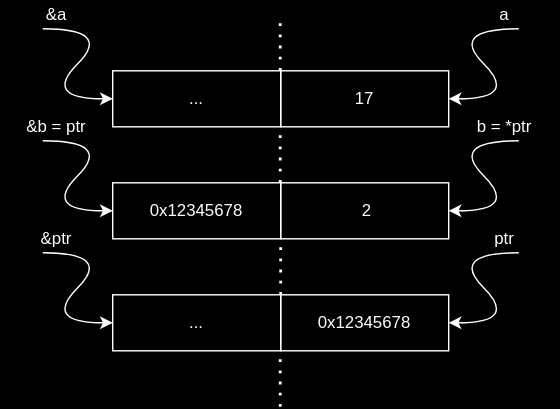
Earlier version of the draw.io export sections/part2/images/pointeur4.svg (BastienGarnier/CoursMinitel). Source tidied: cells renumbered, new cells last; positions are measured from the earlier drawing's top-left corner, leaving out a move shared by most shapes. Source of this version:
```xml
<mxGraphModel>
  <root>
    <mxCell id="0" />
    <mxCell id="1" parent="0" />
    <mxCell id="2" value="&amp;nbsp;2" style="rounded=0;whiteSpace=wrap;html=1;" parent="1" vertex="1">
      <mxGeometry x="200" y="130" width="120" height="40" as="geometry" />
    </mxCell>
    <mxCell id="3" value="0x12345678" style="rounded=0;whiteSpace=wrap;html=1;" parent="1" vertex="1">
      <mxGeometry x="200" y="210" width="120" height="40" as="geometry" />
    </mxCell>
    <mxCell id="4" style="endArrow=none;dashed=1;html=1;dashPattern=1 3;strokeWidth=2;rounded=0;entryX=0.5;entryY=1;entryDx=0;entryDy=0;exitX=0;exitY=0;exitDx=0;exitDy=0;" parent="1" edge="1" source="3">
      <mxGeometry relative="1" as="geometry">
        <mxPoint x="200" y="170" as="targetPoint" />
      </mxGeometry>
    </mxCell>
    <mxCell id="5" style="endArrow=none;dashed=1;html=1;dashPattern=1 3;strokeWidth=2;rounded=0;entryX=0.5;entryY=1;entryDx=0;entryDy=0;exitX=0.5;exitY=0;exitDx=0;exitDy=0;" parent="1" edge="1">
      <mxGeometry relative="1" as="geometry">
        <mxPoint x="199.7" y="130" as="sourcePoint" />
        <mxPoint x="199.7" y="90" as="targetPoint" />
      </mxGeometry>
    </mxCell>
    <mxCell id="6" style="endArrow=none;dashed=1;html=1;dashPattern=1 3;strokeWidth=2;rounded=0;entryX=0.5;entryY=1;entryDx=0;entryDy=0;exitX=0.5;exitY=0;exitDx=0;exitDy=0;" parent="1" edge="1">
      <mxGeometry relative="1" as="geometry">
        <mxPoint x="199.7" y="290" as="sourcePoint" />
        <mxPoint x="199.7" y="250" as="targetPoint" />
      </mxGeometry>
    </mxCell>
    <mxCell id="7" value="0x12345678" style="rounded=0;whiteSpace=wrap;html=1;" parent="1" vertex="1">
      <mxGeometry x="80" y="130" width="120" height="40" as="geometry" />
    </mxCell>
    <mxCell id="8" value="..." style="rounded=0;whiteSpace=wrap;html=1;" parent="1" vertex="1">
      <mxGeometry x="80" y="210" width="120" height="40" as="geometry" />
    </mxCell>
    <mxCell id="9" style="curved=1;endArrow=classic;html=1;rounded=0;" parent="1" edge="1">
      <mxGeometry relative="1" as="geometry">
        <mxPoint x="370" y="180" as="sourcePoint" />
        <mxPoint x="320" y="230" as="targetPoint" />
        <Array as="points">
          <mxPoint x="320" y="180" />
          <mxPoint x="370" y="230" />
        </Array>
      </mxGeometry>
    </mxCell>
    <mxCell id="10" style="curved=1;endArrow=classic;html=1;rounded=0;" parent="1" edge="1">
      <mxGeometry relative="1" as="geometry">
        <mxPoint x="370" y="100" as="sourcePoint" />
        <mxPoint x="320" y="150" as="targetPoint" />
        <Array as="points">
          <mxPoint x="320" y="100" />
          <mxPoint x="370" y="150" />
        </Array>
      </mxGeometry>
    </mxCell>
    <mxCell id="11" value="b = *ptr" style="text;html=1;align=center;verticalAlign=middle;whiteSpace=wrap;rounded=0;" parent="1" vertex="1">
      <mxGeometry x="320" y="80" width="80" height="20" as="geometry" />
    </mxCell>
    <mxCell id="12" value="ptr" style="text;html=1;align=center;verticalAlign=middle;whiteSpace=wrap;rounded=0;" parent="1" vertex="1">
      <mxGeometry x="320" y="160" width="80" height="20" as="geometry" />
    </mxCell>
    <mxCell id="13" value="17" style="rounded=0;whiteSpace=wrap;html=1;" parent="1" vertex="1">
      <mxGeometry x="200" y="50" width="120" height="40" as="geometry" />
    </mxCell>
    <mxCell id="14" style="endArrow=none;dashed=1;html=1;dashPattern=1 3;strokeWidth=2;rounded=0;entryX=0.5;entryY=1;entryDx=0;entryDy=0;exitX=0.5;exitY=0;exitDx=0;exitDy=0;" parent="1" edge="1">
      <mxGeometry relative="1" as="geometry">
        <mxPoint x="199.7" y="50" as="sourcePoint" />
        <mxPoint x="199.7" y="10" as="targetPoint" />
      </mxGeometry>
    </mxCell>
    <mxCell id="15" value="..." style="rounded=0;whiteSpace=wrap;html=1;" parent="1" vertex="1">
      <mxGeometry x="80" y="50" width="120" height="40" as="geometry" />
    </mxCell>
    <mxCell id="16" style="curved=1;endArrow=classic;html=1;rounded=0;" parent="1" edge="1">
      <mxGeometry relative="1" as="geometry">
        <mxPoint x="370" y="20" as="sourcePoint" />
        <mxPoint x="320" y="70" as="targetPoint" />
        <Array as="points">
          <mxPoint x="320" y="20" />
          <mxPoint x="370" y="70" />
        </Array>
      </mxGeometry>
    </mxCell>
    <mxCell id="17" value="a" style="text;html=1;align=center;verticalAlign=middle;whiteSpace=wrap;rounded=0;" parent="1" vertex="1">
      <mxGeometry x="320" width="80" height="20" as="geometry" />
    </mxCell>
    <mxCell id="18" style="curved=1;endArrow=classic;html=1;rounded=0;entryX=0;entryY=0.5;entryDx=0;entryDy=0;" parent="1" edge="1" target="15">
      <mxGeometry relative="1" as="geometry">
        <mxPoint x="30" y="20" as="sourcePoint" />
        <Array as="points">
          <mxPoint x="80" y="20" />
          <mxPoint x="30" y="70" />
        </Array>
      </mxGeometry>
    </mxCell>
    <mxCell id="19" value="&amp;amp;a" style="text;html=1;align=center;verticalAlign=middle;whiteSpace=wrap;rounded=0;" parent="1" vertex="1">
      <mxGeometry width="80" height="20" as="geometry" />
    </mxCell>
    <mxCell id="20" style="curved=1;endArrow=classic;html=1;rounded=0;entryX=0;entryY=0.5;entryDx=0;entryDy=0;" parent="1" edge="1">
      <mxGeometry relative="1" as="geometry">
        <mxPoint x="30" y="100" as="sourcePoint" />
        <mxPoint x="80" y="150" as="targetPoint" />
        <Array as="points">
          <mxPoint x="80" y="100" />
          <mxPoint x="30" y="150" />
        </Array>
      </mxGeometry>
    </mxCell>
    <mxCell id="21" value="&amp;amp;b = ptr" style="text;html=1;align=center;verticalAlign=middle;whiteSpace=wrap;rounded=0;" parent="1" vertex="1">
      <mxGeometry y="80" width="80" height="20" as="geometry" />
    </mxCell>
    <mxCell id="22" style="curved=1;endArrow=classic;html=1;rounded=0;entryX=0;entryY=0.5;entryDx=0;entryDy=0;" parent="1" edge="1">
      <mxGeometry relative="1" as="geometry">
        <mxPoint x="30" y="180" as="sourcePoint" />
        <mxPoint x="80" y="230" as="targetPoint" />
        <Array as="points">
          <mxPoint x="80" y="180" />
          <mxPoint x="30" y="230" />
        </Array>
      </mxGeometry>
    </mxCell>
    <mxCell id="23" value="&amp;amp;ptr" style="text;html=1;align=center;verticalAlign=middle;whiteSpace=wrap;rounded=0;" parent="1" vertex="1">
      <mxGeometry y="160" width="80" height="20" as="geometry" />
    </mxCell>
  </root>
</mxGraphModel>
```
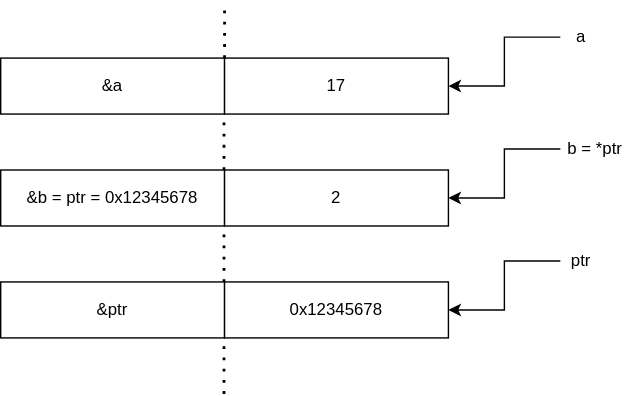
The same file after the commit.

Change to the diagram source:
```diff
@@ -2,123 +2,64 @@
   <root>
     <mxCell id="0" />
     <mxCell id="1" parent="0" />
+    <mxCell id="19" value="&amp;amp;a" style="rounded=0;whiteSpace=wrap;html=1;" parent="1" vertex="1">
+      <mxGeometry x="40" y="90" width="160" height="40" as="geometry" />
+    </mxCell>
+    <mxCell id="13" value="17" style="rounded=0;whiteSpace=wrap;html=1;" parent="1" vertex="1">
+      <mxGeometry x="200" y="90" width="160" height="40" as="geometry" />
+    </mxCell>
+    <mxCell id="24" style="endArrow=none;dashed=1;html=1;dashPattern=1 3;strokeWidth=2;rounded=0;exitX=0;exitY=0;exitDx=0;exitDy=0;" parent="1" edge="1" source="13">
+      <mxGeometry relative="1" as="geometry">
+        <mxPoint x="200" y="50" as="targetPoint" />
+      </mxGeometry>
+    </mxCell>
+    <mxCell id="25" style="endArrow=none;dashed=1;html=1;dashPattern=1 3;strokeWidth=2;rounded=0;exitX=0;exitY=0;exitDx=0;exitDy=0;" parent="1" edge="1">
+      <mxGeometry relative="1" as="geometry">
+        <mxPoint x="199.6" y="170" as="sourcePoint" />
+        <mxPoint x="199.6" y="130" as="targetPoint" />
+      </mxGeometry>
+    </mxCell>
+    <mxCell id="26" value="&amp;amp;b = ptr = 0x12345678" style="rounded=0;whiteSpace=wrap;html=1;" parent="1" vertex="1">
+      <mxGeometry x="40" y="170" width="160" height="40" as="geometry" />
+    </mxCell>
-    <mxCell id="2" value="&amp;nbsp;2" style="rounded=0;whiteSpace=wrap;html=1;" parent="1" vertex="1">
-      <mxGeometry x="200" y="130" width="120" height="40" as="geometry" />
+    <mxCell id="2" value="2" style="rounded=0;whiteSpace=wrap;html=1;" parent="1" vertex="1">
+      <mxGeometry x="200" y="170" width="160" height="40" as="geometry" />
     </mxCell>
-    <mxCell id="3" value="0x12345678" style="rounded=0;whiteSpace=wrap;html=1;" parent="1" vertex="1">
-      <mxGeometry x="200" y="210" width="120" height="40" as="geometry" />
-    </mxCell>
-    <mxCell id="4" style="endArrow=none;dashed=1;html=1;dashPattern=1 3;strokeWidth=2;rounded=0;entryX=0.5;entryY=1;entryDx=0;entryDy=0;exitX=0;exitY=0;exitDx=0;exitDy=0;" parent="1" edge="1" source="3">
-      <mxGeometry relative="1" as="geometry">
-        <mxPoint x="200" y="170" as="targetPoint" />
-      </mxGeometry>
-    </mxCell>
-    <mxCell id="5" style="endArrow=none;dashed=1;html=1;dashPattern=1 3;strokeWidth=2;rounded=0;entryX=0.5;entryY=1;entryDx=0;entryDy=0;exitX=0.5;exitY=0;exitDx=0;exitDy=0;" parent="1" edge="1">
-      <mxGeometry relative="1" as="geometry">
-        <mxPoint x="199.7" y="130" as="sourcePoint" />
-        <mxPoint x="199.7" y="90" as="targetPoint" />
-      </mxGeometry>
-    </mxCell>
-    <mxCell id="6" style="endArrow=none;dashed=1;html=1;dashPattern=1 3;strokeWidth=2;rounded=0;entryX=0.5;entryY=1;entryDx=0;entryDy=0;exitX=0.5;exitY=0;exitDx=0;exitDy=0;" parent="1" edge="1">
-      <mxGeometry relative="1" as="geometry">
-        <mxPoint x="199.7" y="290" as="sourcePoint" />
-        <mxPoint x="199.7" y="250" as="targetPoint" />
-      </mxGeometry>
-    </mxCell>
-    <mxCell id="7" value="0x12345678" style="rounded=0;whiteSpace=wrap;html=1;" parent="1" vertex="1">
-      <mxGeometry x="80" y="130" width="120" height="40" as="geometry" />
-    </mxCell>
-    <mxCell id="8" value="..." style="rounded=0;whiteSpace=wrap;html=1;" parent="1" vertex="1">
-      <mxGeometry x="80" y="210" width="120" height="40" as="geometry" />
-    </mxCell>
-    <mxCell id="9" style="curved=1;endArrow=classic;html=1;rounded=0;" parent="1" edge="1">
-      <mxGeometry relative="1" as="geometry">
-        <mxPoint x="370" y="180" as="sourcePoint" />
-        <mxPoint x="320" y="230" as="targetPoint" />
-        <Array as="points">
-          <mxPoint x="320" y="180" />
-          <mxPoint x="370" y="230" />
-        </Array>
-      </mxGeometry>
-    </mxCell>
-    <mxCell id="10" style="curved=1;endArrow=classic;html=1;rounded=0;" parent="1" edge="1">
-      <mxGeometry relative="1" as="geometry">
-        <mxPoint x="370" y="100" as="sourcePoint" />
-        <mxPoint x="320" y="150" as="targetPoint" />
-        <Array as="points">
-          <mxPoint x="320" y="100" />
-          <mxPoint x="370" y="150" />
-        </Array>
-      </mxGeometry>
-    </mxCell>
+    <mxCell id="27" style="endArrow=none;dashed=1;html=1;dashPattern=1 3;strokeWidth=2;rounded=0;exitX=0;exitY=0;exitDx=0;exitDy=0;" parent="1" edge="1">
+      <mxGeometry relative="1" as="geometry">
+        <mxPoint x="199.6" y="250" as="sourcePoint" />
+        <mxPoint x="199.6" y="210" as="targetPoint" />
+      </mxGeometry>
+    </mxCell>
+    <mxCell id="23" value="&amp;amp;ptr" style="rounded=0;whiteSpace=wrap;html=1;" parent="1" vertex="1">
+      <mxGeometry x="40" y="250" width="160" height="40" as="geometry" />
+    </mxCell>
+    <mxCell id="28" value="0x12345678" style="rounded=0;whiteSpace=wrap;html=1;" parent="1" vertex="1">
+      <mxGeometry x="200" y="250" width="160" height="40" as="geometry" />
+    </mxCell>
+    <mxCell id="29" style="endArrow=none;dashed=1;html=1;dashPattern=1 3;strokeWidth=2;rounded=0;exitX=0;exitY=0;exitDx=0;exitDy=0;" parent="1" edge="1">
+      <mxGeometry relative="1" as="geometry">
+        <mxPoint x="199.6" y="330" as="sourcePoint" />
+        <mxPoint x="199.6" y="290" as="targetPoint" />
+      </mxGeometry>
+    </mxCell>
+    <mxCell id="30" style="edgeStyle=orthogonalEdgeStyle;rounded=0;jettySize=auto;html=1;" parent="1" edge="1" source="12" target="28">
+      <mxGeometry relative="1" as="geometry" />
+    </mxCell>
+    <mxCell id="12" value="ptr" style="text;html=1;align=center;verticalAlign=middle;whiteSpace=wrap;rounded=0;" parent="1" vertex="1">
+      <mxGeometry x="440" y="220" width="30" height="30" as="geometry" />
+    </mxCell>
+    <mxCell id="31" style="edgeStyle=orthogonalEdgeStyle;rounded=0;jettySize=auto;html=1;exitX=0;exitY=0.5;exitDx=0;exitDy=0;" parent="1" edge="1" source="11" target="2">
+      <mxGeometry relative="1" as="geometry" />
+    </mxCell>
     <mxCell id="11" value="b = *ptr" style="text;html=1;align=center;verticalAlign=middle;whiteSpace=wrap;rounded=0;" parent="1" vertex="1">
-      <mxGeometry x="320" y="80" width="80" height="20" as="geometry" />
+      <mxGeometry x="440" y="140" width="50" height="30" as="geometry" />
     </mxCell>
-    <mxCell id="12" value="ptr" style="text;html=1;align=center;verticalAlign=middle;whiteSpace=wrap;rounded=0;" parent="1" vertex="1">
-      <mxGeometry x="320" y="160" width="80" height="20" as="geometry" />
-    </mxCell>
-    <mxCell id="13" value="17" style="rounded=0;whiteSpace=wrap;html=1;" parent="1" vertex="1">
-      <mxGeometry x="200" y="50" width="120" height="40" as="geometry" />
-    </mxCell>
-    <mxCell id="14" style="endArrow=none;dashed=1;html=1;dashPattern=1 3;strokeWidth=2;rounded=0;entryX=0.5;entryY=1;entryDx=0;entryDy=0;exitX=0.5;exitY=0;exitDx=0;exitDy=0;" parent="1" edge="1">
-      <mxGeometry relative="1" as="geometry">
-        <mxPoint x="199.7" y="50" as="sourcePoint" />
-        <mxPoint x="199.7" y="10" as="targetPoint" />
-      </mxGeometry>
-    </mxCell>
-    <mxCell id="15" value="..." style="rounded=0;whiteSpace=wrap;html=1;" parent="1" vertex="1">
-      <mxGeometry x="80" y="50" width="120" height="40" as="geometry" />
-    </mxCell>
-    <mxCell id="16" style="curved=1;endArrow=classic;html=1;rounded=0;" parent="1" edge="1">
-      <mxGeometry relative="1" as="geometry">
-        <mxPoint x="370" y="20" as="sourcePoint" />
-        <mxPoint x="320" y="70" as="targetPoint" />
-        <Array as="points">
-          <mxPoint x="320" y="20" />
-          <mxPoint x="370" y="70" />
-        </Array>
-      </mxGeometry>
-    </mxCell>
+    <mxCell id="32" style="edgeStyle=orthogonalEdgeStyle;rounded=0;jettySize=auto;html=1;entryX=1;entryY=0.5;entryDx=0;entryDy=0;" parent="1" edge="1" source="17" target="13">
+      <mxGeometry relative="1" as="geometry" />
+    </mxCell>
     <mxCell id="17" value="a" style="text;html=1;align=center;verticalAlign=middle;whiteSpace=wrap;rounded=0;" parent="1" vertex="1">
-      <mxGeometry x="320" width="80" height="20" as="geometry" />
+      <mxGeometry x="440" y="60" width="30" height="30" as="geometry" />
     </mxCell>
-    <mxCell id="18" style="curved=1;endArrow=classic;html=1;rounded=0;entryX=0;entryY=0.5;entryDx=0;entryDy=0;" parent="1" edge="1" target="15">
-      <mxGeometry relative="1" as="geometry">
-        <mxPoint x="30" y="20" as="sourcePoint" />
-        <Array as="points">
-          <mxPoint x="80" y="20" />
-          <mxPoint x="30" y="70" />
-        </Array>
-      </mxGeometry>
-    </mxCell>
-    <mxCell id="19" value="&amp;amp;a" style="text;html=1;align=center;verticalAlign=middle;whiteSpace=wrap;rounded=0;" parent="1" vertex="1">
-      <mxGeometry width="80" height="20" as="geometry" />
-    </mxCell>
-    <mxCell id="20" style="curved=1;endArrow=classic;html=1;rounded=0;entryX=0;entryY=0.5;entryDx=0;entryDy=0;" parent="1" edge="1">
-      <mxGeometry relative="1" as="geometry">
-        <mxPoint x="30" y="100" as="sourcePoint" />
-        <mxPoint x="80" y="150" as="targetPoint" />
-        <Array as="points">
-          <mxPoint x="80" y="100" />
-          <mxPoint x="30" y="150" />
-        </Array>
-      </mxGeometry>
-    </mxCell>
-    <mxCell id="21" value="&amp;amp;b = ptr" style="text;html=1;align=center;verticalAlign=middle;whiteSpace=wrap;rounded=0;" parent="1" vertex="1">
-      <mxGeometry y="80" width="80" height="20" as="geometry" />
-    </mxCell>
-    <mxCell id="22" style="curved=1;endArrow=classic;html=1;rounded=0;entryX=0;entryY=0.5;entryDx=0;entryDy=0;" parent="1" edge="1">
-      <mxGeometry relative="1" as="geometry">
-        <mxPoint x="30" y="180" as="sourcePoint" />
-        <mxPoint x="80" y="230" as="targetPoint" />
-        <Array as="points">
-          <mxPoint x="80" y="180" />
-          <mxPoint x="30" y="230" />
-        </Array>
-      </mxGeometry>
-    </mxCell>
-    <mxCell id="23" value="&amp;amp;ptr" style="text;html=1;align=center;verticalAlign=middle;whiteSpace=wrap;rounded=0;" parent="1" vertex="1">
-      <mxGeometry y="160" width="80" height="20" as="geometry" />
-    </mxCell>
   </root>
 </mxGraphModel>
```
